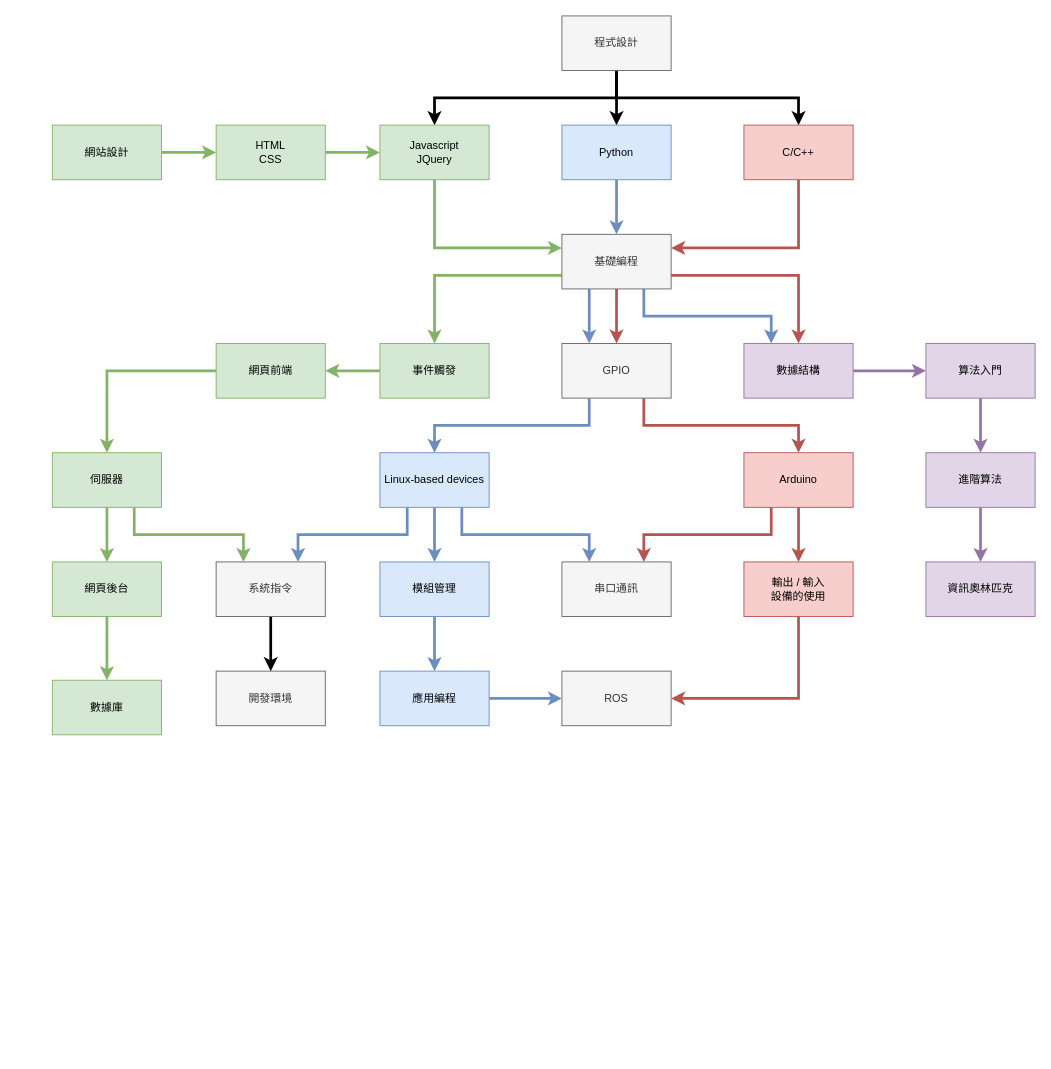
supercatex/flowchart keeps this draw.io diagram as page "Page-2" (2 of 2) of Roadmap.drawio. Above is the earlier version. Source tidied: cells renumbered, new cells numbered last; positions are measured from the earlier drawing's top-left corner, leaving out a move shared by most shapes. Both pictures are drawn from the tidied source at 91%, with x=0, y=0 at pixel (52, 15).
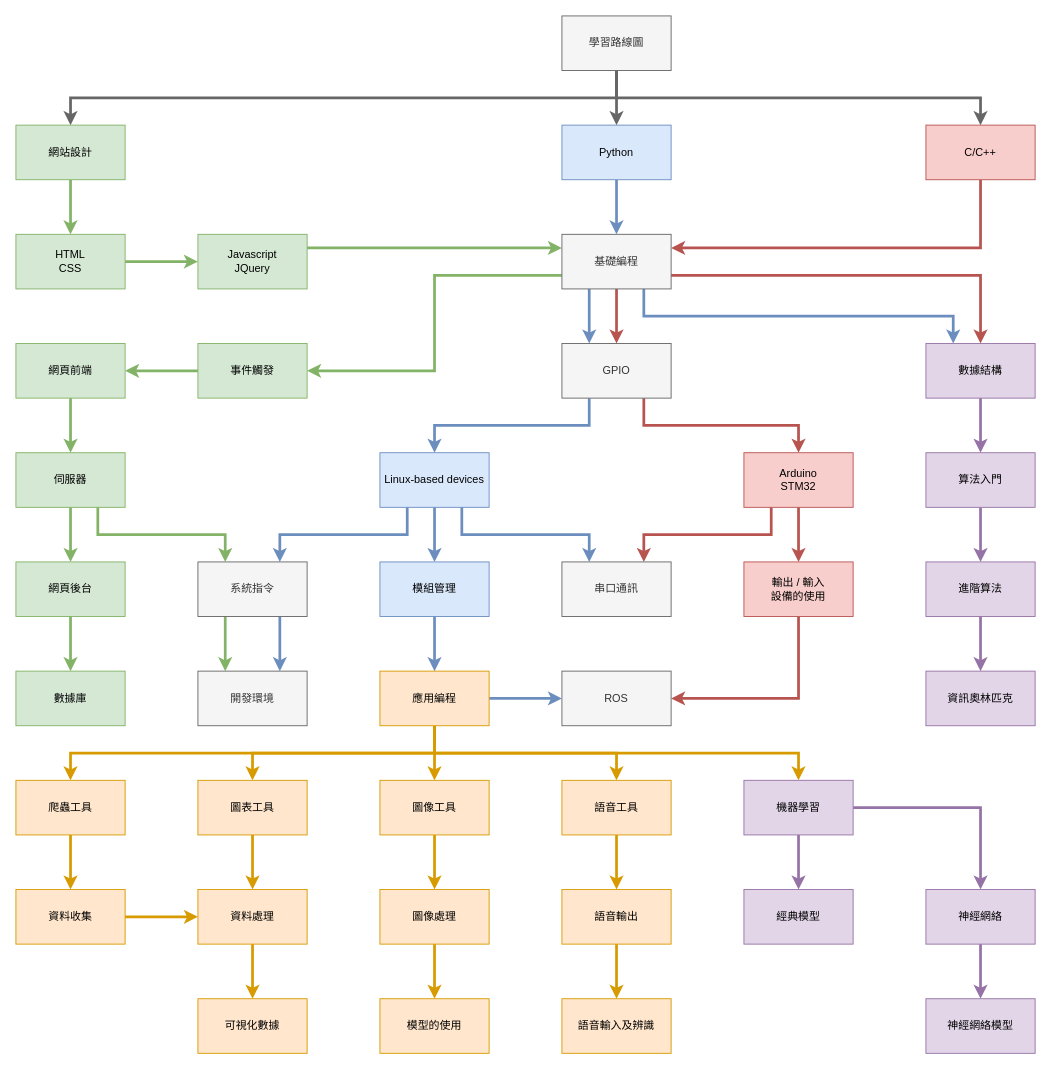
The same page after the edit.

Unchanged cells that the change refers to:
```xml
<mxCell id="7" value="Python" style="rounded=0;whiteSpace=wrap;html=1;sketch=0;fillColor=#dae8fc;strokeColor=#6c8ebf;" parent="1" vertex="1">
  <mxGeometry x="560" y="120" width="120" height="60" as="geometry" />
</mxCell>
<mxCell id="19" value="基礎編程" style="rounded=0;whiteSpace=wrap;html=1;sketch=0;fillColor=#f5f5f5;strokeColor=#666666;fontColor=#333333;" parent="1" vertex="1">
  <mxGeometry x="560" y="240" width="120" height="60" as="geometry" />
</mxCell>
```

Change to the diagram source:
```diff
@@
-    <mxCell id="2" style="edgeStyle=orthogonalEdgeStyle;rounded=0;jettySize=auto;html=1;exitX=0.5;exitY=1;exitDx=0;exitDy=0;entryX=0.5;entryY=0;entryDx=0;entryDy=0;startArrow=none;startFill=0;strokeWidth=3;" parent="1" edge="1" source="5" target="11">
-      <mxGeometry relative="1" as="geometry" />
-    </mxCell>
-    <mxCell id="3" style="edgeStyle=orthogonalEdgeStyle;rounded=0;jettySize=auto;html=1;exitX=0.5;exitY=1;exitDx=0;exitDy=0;entryX=0.5;entryY=0;entryDx=0;entryDy=0;startArrow=none;startFill=0;strokeWidth=3;" parent="1" edge="1" source="5" target="7">
+    <mxCell id="3" style="edgeStyle=orthogonalEdgeStyle;rounded=0;jettySize=auto;html=1;exitX=0.5;exitY=1;exitDx=0;exitDy=0;entryX=0.5;entryY=0;entryDx=0;entryDy=0;startArrow=none;startFill=0;strokeWidth=3;fillColor=#f5f5f5;strokeColor=#666666;" parent="1" edge="1" source="5" target="7">
       <mxGeometry relative="1" as="geometry" />
     </mxCell>
-    <mxCell id="4" style="edgeStyle=orthogonalEdgeStyle;rounded=0;jettySize=auto;html=1;exitX=0.5;exitY=1;exitDx=0;exitDy=0;entryX=0.5;entryY=0;entryDx=0;entryDy=0;startArrow=none;startFill=0;strokeWidth=3;" parent="1" edge="1" source="5" target="9">
+    <mxCell id="4" style="edgeStyle=orthogonalEdgeStyle;rounded=0;jettySize=auto;html=1;exitX=0.5;exitY=1;exitDx=0;exitDy=0;entryX=0.5;entryY=0;entryDx=0;entryDy=0;startArrow=none;startFill=0;strokeWidth=3;fillColor=#f5f5f5;strokeColor=#666666;" parent="1" edge="1" source="5" target="9">
       <mxGeometry relative="1" as="geometry" />
     </mxCell>
+    <mxCell id="60" style="edgeStyle=orthogonalEdgeStyle;rounded=0;jettySize=auto;html=1;exitX=0.5;exitY=1;exitDx=0;exitDy=0;entryX=0.5;entryY=0;entryDx=0;entryDy=0;startArrow=none;startFill=0;strokeWidth=3;fillColor=#f5f5f5;strokeColor=#666666;" parent="1" edge="1" source="5" target="59">
+      <mxGeometry relative="1" as="geometry" />
+    </mxCell>
-    <mxCell id="5" value="程式設計" style="rounded=0;whiteSpace=wrap;html=1;sketch=0;fillColor=#f5f5f5;strokeColor=#666666;fontColor=#333333;" parent="1" vertex="1">
+    <mxCell id="5" value="學習路線圖" style="rounded=0;whiteSpace=wrap;html=1;sketch=0;fillColor=#f5f5f5;strokeColor=#666666;fontColor=#333333;" parent="1" vertex="1">
       <mxGeometry x="560" width="120" height="60" as="geometry" />
     </mxCell>
@@
     <mxCell id="9" value="C/C++" style="rounded=0;whiteSpace=wrap;html=1;sketch=0;fillColor=#f8cecc;strokeColor=#b85450;" parent="1" vertex="1">
-      <mxGeometry x="760" y="120" width="120" height="60" as="geometry" />
+      <mxGeometry x="960" y="120" width="120" height="60" as="geometry" />
     </mxCell>
-    <mxCell id="10" style="edgeStyle=orthogonalEdgeStyle;rounded=0;jettySize=auto;html=1;exitX=0.5;exitY=1;exitDx=0;exitDy=0;entryX=0;entryY=0.25;entryDx=0;entryDy=0;startArrow=none;startFill=0;fillColor=#d5e8d4;strokeColor=#82b366;strokeWidth=3;" parent="1" edge="1" source="11" target="19">
+    <mxCell id="10" style="edgeStyle=orthogonalEdgeStyle;rounded=0;jettySize=auto;html=1;exitX=1;exitY=0.25;exitDx=0;exitDy=0;entryX=0;entryY=0.25;entryDx=0;entryDy=0;startArrow=none;startFill=0;strokeWidth=3;fillColor=#d5e8d4;strokeColor=#82b366;" parent="1" edge="1" source="11" target="19">
       <mxGeometry relative="1" as="geometry" />
     </mxCell>
     <mxCell id="11" value="Javascript&lt;br&gt;JQuery" style="rounded=0;whiteSpace=wrap;html=1;sketch=0;fillColor=#d5e8d4;strokeColor=#82b366;" parent="1" vertex="1">
-      <mxGeometry x="360" y="120" width="120" height="60" as="geometry" />
+      <mxGeometry x="160" y="240" width="120" height="60" as="geometry" />
     </mxCell>
-    <mxCell id="12" style="edgeStyle=orthogonalEdgeStyle;rounded=0;jettySize=auto;html=1;exitX=1;exitY=0.5;exitDx=0;exitDy=0;startArrow=none;startFill=0;strokeWidth=3;fillColor=#d5e8d4;strokeColor=#82b366;" parent="1" edge="1" source="13" target="11">
+    <mxCell id="12" style="edgeStyle=orthogonalEdgeStyle;rounded=0;jettySize=auto;html=1;exitX=1;exitY=0.5;exitDx=0;exitDy=0;entryX=0;entryY=0.5;entryDx=0;entryDy=0;startArrow=none;startFill=0;strokeWidth=3;fillColor=#d5e8d4;strokeColor=#82b366;" parent="1" edge="1" source="13" target="11">
       <mxGeometry relative="1" as="geometry" />
     </mxCell>
     <mxCell id="13" value="HTML&lt;br&gt;CSS" style="rounded=0;whiteSpace=wrap;html=1;sketch=0;fillColor=#d5e8d4;strokeColor=#82b366;" parent="1" vertex="1">
-      <mxGeometry x="180" y="120" width="120" height="60" as="geometry" />
+      <mxGeometry x="-40" y="240" width="120" height="60" as="geometry" />
     </mxCell>
-    <mxCell id="14" style="edgeStyle=orthogonalEdgeStyle;rounded=0;jettySize=auto;html=1;exitX=0;exitY=0.75;exitDx=0;exitDy=0;entryX=0.5;entryY=0;entryDx=0;entryDy=0;startArrow=none;startFill=0;fillColor=#d5e8d4;strokeColor=#82b366;strokeWidth=3;" parent="1" edge="1" source="19" target="31">
-      <mxGeometry relative="1" as="geometry" />
-    </mxCell>
@@
+    <mxCell id="14" style="edgeStyle=orthogonalEdgeStyle;rounded=0;jettySize=auto;html=1;exitX=0;exitY=0.75;exitDx=0;exitDy=0;entryX=1;entryY=0.5;entryDx=0;entryDy=0;startArrow=none;startFill=0;strokeWidth=3;fillColor=#d5e8d4;strokeColor=#82b366;" parent="1" edge="1" source="19" target="31">
+      <mxGeometry relative="1" as="geometry" />
+    </mxCell>
@@
     <mxCell id="21" value="算法入門" style="rounded=0;whiteSpace=wrap;html=1;sketch=0;fillColor=#e1d5e7;strokeColor=#9673a6;" parent="1" vertex="1">
-      <mxGeometry x="960" y="360" width="120" height="60" as="geometry" />
+      <mxGeometry x="960" y="480" width="120" height="60" as="geometry" />
     </mxCell>
@@
-    <mxCell id="24" value="Arduino" style="rounded=0;whiteSpace=wrap;html=1;sketch=0;fillColor=#f8cecc;strokeColor=#b85450;" parent="1" vertex="1">
+    <mxCell id="24" value="Arduino&lt;br&gt;STM32" style="rounded=0;whiteSpace=wrap;html=1;sketch=0;fillColor=#f8cecc;strokeColor=#b85450;" parent="1" vertex="1">
       <mxGeometry x="760" y="480" width="120" height="60" as="geometry" />
     </mxCell>
-    <mxCell id="25" style="edgeStyle=orthogonalEdgeStyle;rounded=0;jettySize=auto;html=1;exitX=1;exitY=0.5;exitDx=0;exitDy=0;entryX=0;entryY=0.5;entryDx=0;entryDy=0;startArrow=none;startFill=0;strokeWidth=3;fillColor=#e1d5e7;strokeColor=#9673a6;" parent="1" edge="1" source="26" target="21">
+    <mxCell id="25" style="edgeStyle=orthogonalEdgeStyle;rounded=0;jettySize=auto;html=1;exitX=0.5;exitY=1;exitDx=0;exitDy=0;entryX=0.5;entryY=0;entryDx=0;entryDy=0;startArrow=none;startFill=0;strokeWidth=3;fillColor=#e1d5e7;strokeColor=#9673a6;" parent="1" edge="1" source="26" target="21">
       <mxGeometry relative="1" as="geometry" />
     </mxCell>
     <mxCell id="26" value="數據結構" style="rounded=0;whiteSpace=wrap;html=1;sketch=0;fillColor=#e1d5e7;strokeColor=#9673a6;" parent="1" vertex="1">
-      <mxGeometry x="760" y="360" width="120" height="60" as="geometry" />
+      <mxGeometry x="960" y="360" width="120" height="60" as="geometry" />
     </mxCell>
@@
     <mxCell id="31" value="事件觸發" style="rounded=0;whiteSpace=wrap;html=1;sketch=0;fillColor=#d5e8d4;strokeColor=#82b366;" parent="1" vertex="1">
-      <mxGeometry x="360" y="360" width="120" height="60" as="geometry" />
+      <mxGeometry x="160" y="360" width="120" height="60" as="geometry" />
     </mxCell>
@@
     <mxCell id="33" value="進階算法" style="rounded=0;whiteSpace=wrap;html=1;sketch=0;fillColor=#e1d5e7;strokeColor=#9673a6;" parent="1" vertex="1">
-      <mxGeometry x="960" y="480" width="120" height="60" as="geometry" />
+      <mxGeometry x="960" y="600" width="120" height="60" as="geometry" />
     </mxCell>
     <mxCell id="34" value="資訊奧林匹克" style="rounded=0;whiteSpace=wrap;html=1;sketch=0;fillColor=#e1d5e7;strokeColor=#9673a6;" parent="1" vertex="1">
-      <mxGeometry x="960" y="600" width="120" height="60" as="geometry" />
+      <mxGeometry x="960" y="720" width="120" height="60" as="geometry" />
     </mxCell>
@@
-    <mxCell id="45" style="edgeStyle=orthogonalEdgeStyle;rounded=0;jettySize=auto;html=1;exitX=0;exitY=0.5;exitDx=0;exitDy=0;entryX=0.5;entryY=0;entryDx=0;entryDy=0;startArrow=none;startFill=0;strokeWidth=3;fillColor=#d5e8d4;strokeColor=#82b366;" parent="1" edge="1" source="46" target="55">
+    <mxCell id="45" style="edgeStyle=orthogonalEdgeStyle;rounded=0;jettySize=auto;html=1;exitX=0.5;exitY=1;exitDx=0;exitDy=0;entryX=0.5;entryY=0;entryDx=0;entryDy=0;startArrow=none;startFill=0;strokeWidth=3;fillColor=#d5e8d4;strokeColor=#82b366;" parent="1" edge="1" source="46" target="55">
       <mxGeometry relative="1" as="geometry" />
     </mxCell>
     <mxCell id="46" value="網頁前端" style="rounded=0;whiteSpace=wrap;html=1;sketch=0;fillColor=#d5e8d4;strokeColor=#82b366;" parent="1" vertex="1">
-      <mxGeometry x="180" y="360" width="120" height="60" as="geometry" />
+      <mxGeometry x="-40" y="360" width="120" height="60" as="geometry" />
     </mxCell>
@@
     <mxCell id="48" value="網頁後台" style="rounded=0;whiteSpace=wrap;html=1;sketch=0;fillColor=#d5e8d4;strokeColor=#82b366;" parent="1" vertex="1">
-      <mxGeometry y="600" width="120" height="60" as="geometry" />
+      <mxGeometry x="-40" y="600" width="120" height="60" as="geometry" />
     </mxCell>
     <mxCell id="49" value="數據庫" style="rounded=0;whiteSpace=wrap;html=1;sketch=0;fillColor=#d5e8d4;strokeColor=#82b366;" parent="1" vertex="1">
-      <mxGeometry y="730" width="120" height="60" as="geometry" />
+      <mxGeometry x="-40" y="720" width="120" height="60" as="geometry" />
     </mxCell>
     <mxCell id="50" value="開發環境" style="rounded=0;whiteSpace=wrap;html=1;sketch=0;fillColor=#f5f5f5;strokeColor=#666666;fontColor=#333333;" parent="1" vertex="1">
-      <mxGeometry x="180" y="720" width="120" height="60" as="geometry" />
+      <mxGeometry x="160" y="720" width="120" height="60" as="geometry" />
     </mxCell>
-    <mxCell id="51" style="edgeStyle=orthogonalEdgeStyle;rounded=0;jettySize=auto;html=1;exitX=0.5;exitY=1;exitDx=0;exitDy=0;entryX=0.5;entryY=0;entryDx=0;entryDy=0;startArrow=none;startFill=0;strokeWidth=3;" parent="1" edge="1" source="52" target="50">
-      <mxGeometry relative="1" as="geometry" />
-    </mxCell>
+    <mxCell id="61" style="edgeStyle=orthogonalEdgeStyle;rounded=0;jettySize=auto;html=1;exitX=0.25;exitY=1;exitDx=0;exitDy=0;entryX=0.25;entryY=0;entryDx=0;entryDy=0;startArrow=none;startFill=0;strokeWidth=3;fillColor=#d5e8d4;strokeColor=#82b366;" parent="1" edge="1" source="52" target="50">
+      <mxGeometry relative="1" as="geometry" />
+    </mxCell>
+    <mxCell id="62" style="edgeStyle=orthogonalEdgeStyle;rounded=0;jettySize=auto;html=1;exitX=0.75;exitY=1;exitDx=0;exitDy=0;entryX=0.75;entryY=0;entryDx=0;entryDy=0;startArrow=none;startFill=0;strokeWidth=3;fillColor=#dae8fc;strokeColor=#6c8ebf;" parent="1" edge="1" source="52" target="50">
+      <mxGeometry relative="1" as="geometry" />
+    </mxCell>
     <mxCell id="52" value="系統指令" style="rounded=0;whiteSpace=wrap;html=1;sketch=0;fillColor=#f5f5f5;strokeColor=#666666;fontColor=#333333;" parent="1" vertex="1">
-      <mxGeometry x="180" y="600" width="120" height="60" as="geometry" />
+      <mxGeometry x="160" y="600" width="120" height="60" as="geometry" />
     </mxCell>
@@
     <mxCell id="55" value="伺服器" style="rounded=0;whiteSpace=wrap;html=1;sketch=0;fillColor=#d5e8d4;strokeColor=#82b366;" parent="1" vertex="1">
-      <mxGeometry y="480" width="120" height="60" as="geometry" />
+      <mxGeometry x="-40" y="480" width="120" height="60" as="geometry" />
     </mxCell>
@@
+    <mxCell id="63" style="edgeStyle=orthogonalEdgeStyle;rounded=0;jettySize=auto;html=1;exitX=0.5;exitY=1;exitDx=0;exitDy=0;entryX=0.5;entryY=0;entryDx=0;entryDy=0;startArrow=none;startFill=0;strokeWidth=3;fillColor=#ffe6cc;strokeColor=#d79b00;" parent="1" edge="1" source="57" target="72">
+      <mxGeometry relative="1" as="geometry" />
+    </mxCell>
+    <mxCell id="64" style="edgeStyle=orthogonalEdgeStyle;rounded=0;jettySize=auto;html=1;exitX=0.5;exitY=1;exitDx=0;exitDy=0;entryX=0.5;entryY=0;entryDx=0;entryDy=0;startArrow=none;startFill=0;strokeWidth=3;fillColor=#ffe6cc;strokeColor=#d79b00;" parent="1" edge="1" source="57" target="70">
+      <mxGeometry relative="1" as="geometry" />
+    </mxCell>
+    <mxCell id="65" style="edgeStyle=orthogonalEdgeStyle;rounded=0;jettySize=auto;html=1;exitX=0.5;exitY=1;exitDx=0;exitDy=0;startArrow=none;startFill=0;strokeWidth=3;fillColor=#ffe6cc;strokeColor=#d79b00;" parent="1" edge="1" source="57" target="69">
+      <mxGeometry relative="1" as="geometry" />
+    </mxCell>
+    <mxCell id="66" style="edgeStyle=orthogonalEdgeStyle;rounded=0;jettySize=auto;html=1;exitX=0.5;exitY=1;exitDx=0;exitDy=0;entryX=0.5;entryY=0;entryDx=0;entryDy=0;startArrow=none;startFill=0;strokeWidth=3;fillColor=#ffe6cc;strokeColor=#d79b00;" parent="1" edge="1" source="57" target="77">
+      <mxGeometry relative="1" as="geometry" />
+    </mxCell>
+    <mxCell id="67" style="edgeStyle=orthogonalEdgeStyle;rounded=0;jettySize=auto;html=1;exitX=0.5;exitY=1;exitDx=0;exitDy=0;startArrow=none;startFill=0;strokeWidth=3;fillColor=#ffe6cc;strokeColor=#d79b00;" parent="1" edge="1" source="57" target="75">
+      <mxGeometry relative="1" as="geometry" />
+    </mxCell>
-    <mxCell id="57" value="應用編程" style="rounded=0;whiteSpace=wrap;html=1;sketch=0;fillColor=#dae8fc;strokeColor=#6c8ebf;" parent="1" vertex="1">
+    <mxCell id="57" value="應用編程" style="rounded=0;whiteSpace=wrap;html=1;sketch=0;fillColor=#ffe6cc;strokeColor=#d79b00;" parent="1" vertex="1">
       <mxGeometry x="360" y="720" width="120" height="60" as="geometry" />
     </mxCell>
-    <mxCell id="58" style="edgeStyle=orthogonalEdgeStyle;rounded=0;jettySize=auto;html=1;exitX=1;exitY=0.5;exitDx=0;exitDy=0;entryX=0;entryY=0.5;entryDx=0;entryDy=0;startArrow=none;startFill=0;strokeWidth=3;fillColor=#d5e8d4;strokeColor=#82b366;" parent="1" edge="1" source="59" target="13">
+    <mxCell id="58" style="edgeStyle=orthogonalEdgeStyle;rounded=0;jettySize=auto;html=1;exitX=0.5;exitY=1;exitDx=0;exitDy=0;entryX=0.5;entryY=0;entryDx=0;entryDy=0;startArrow=none;startFill=0;strokeWidth=3;fillColor=#d5e8d4;strokeColor=#82b366;" parent="1" edge="1" source="59" target="13">
       <mxGeometry relative="1" as="geometry" />
     </mxCell>
     <mxCell id="59" value="網站設計" style="rounded=0;whiteSpace=wrap;html=1;sketch=0;fillColor=#d5e8d4;strokeColor=#82b366;" parent="1" vertex="1">
-      <mxGeometry y="120" width="120" height="60" as="geometry" />
+      <mxGeometry x="-40" y="120" width="120" height="60" as="geometry" />
     </mxCell>
+    <mxCell id="68" style="edgeStyle=orthogonalEdgeStyle;rounded=0;jettySize=auto;html=1;exitX=0.5;exitY=1;exitDx=0;exitDy=0;entryX=0.5;entryY=0;entryDx=0;entryDy=0;startArrow=none;startFill=0;strokeWidth=3;fillColor=#ffe6cc;strokeColor=#d79b00;" parent="1" edge="1" source="69" target="79">
+      <mxGeometry relative="1" as="geometry" />
+    </mxCell>
+    <mxCell id="69" value="圖像工具" style="rounded=0;whiteSpace=wrap;html=1;sketch=0;fillColor=#ffe6cc;strokeColor=#d79b00;" parent="1" vertex="1">
+      <mxGeometry x="360" y="840" width="120" height="60" as="geometry" />
+    </mxCell>
+    <mxCell id="70" value="圖表工具" style="rounded=0;whiteSpace=wrap;html=1;sketch=0;fillColor=#ffe6cc;strokeColor=#d79b00;" parent="1" vertex="1">
+      <mxGeometry x="160" y="840" width="120" height="60" as="geometry" />
+    </mxCell>
+    <mxCell id="71" style="edgeStyle=orthogonalEdgeStyle;rounded=0;jettySize=auto;html=1;exitX=0.5;exitY=1;exitDx=0;exitDy=0;entryX=0.5;entryY=0;entryDx=0;entryDy=0;startArrow=none;startFill=0;strokeWidth=3;fillColor=#ffe6cc;strokeColor=#d79b00;" parent="1" edge="1" source="72" target="81">
+      <mxGeometry relative="1" as="geometry" />
+    </mxCell>
+    <mxCell id="72" value="爬蟲工具" style="rounded=0;whiteSpace=wrap;html=1;sketch=0;fillColor=#ffe6cc;strokeColor=#d79b00;" parent="1" vertex="1">
+      <mxGeometry x="-40" y="840" width="120" height="60" as="geometry" />
+    </mxCell>
+    <mxCell id="73" style="edgeStyle=orthogonalEdgeStyle;rounded=0;jettySize=auto;html=1;exitX=0.5;exitY=1;exitDx=0;exitDy=0;entryX=0.5;entryY=0;entryDx=0;entryDy=0;startArrow=none;startFill=0;strokeWidth=3;fillColor=#e1d5e7;strokeColor=#9673a6;" parent="1" edge="1" source="75" target="87">
+      <mxGeometry relative="1" as="geometry" />
+    </mxCell>
+    <mxCell id="74" style="edgeStyle=orthogonalEdgeStyle;rounded=0;jettySize=auto;html=1;exitX=1;exitY=0.5;exitDx=0;exitDy=0;entryX=0.5;entryY=0;entryDx=0;entryDy=0;startArrow=none;startFill=0;strokeWidth=3;fillColor=#e1d5e7;strokeColor=#9673a6;" parent="1" edge="1" source="75" target="89">
+      <mxGeometry relative="1" as="geometry" />
+    </mxCell>
+    <mxCell id="75" value="機器學習" style="rounded=0;whiteSpace=wrap;html=1;sketch=0;fillColor=#e1d5e7;strokeColor=#9673a6;" parent="1" vertex="1">
+      <mxGeometry x="760" y="840" width="120" height="60" as="geometry" />
+    </mxCell>
+    <mxCell id="76" style="edgeStyle=orthogonalEdgeStyle;rounded=0;jettySize=auto;html=1;exitX=0.5;exitY=1;exitDx=0;exitDy=0;entryX=0.5;entryY=0;entryDx=0;entryDy=0;startArrow=none;startFill=0;strokeWidth=3;fillColor=#ffe6cc;strokeColor=#d79b00;" parent="1" edge="1" source="77" target="85">
+      <mxGeometry relative="1" as="geometry" />
+    </mxCell>
+    <mxCell id="77" value="語音工具" style="rounded=0;whiteSpace=wrap;html=1;sketch=0;fillColor=#ffe6cc;strokeColor=#d79b00;" parent="1" vertex="1">
+      <mxGeometry x="560" y="840" width="120" height="60" as="geometry" />
+    </mxCell>
+    <mxCell id="78" style="edgeStyle=orthogonalEdgeStyle;rounded=0;jettySize=auto;html=1;exitX=0.5;exitY=1;exitDx=0;exitDy=0;entryX=0.5;entryY=0;entryDx=0;entryDy=0;startArrow=none;startFill=0;strokeWidth=3;fillColor=#ffe6cc;strokeColor=#d79b00;" parent="1" edge="1" source="79" target="82">
+      <mxGeometry relative="1" as="geometry" />
+    </mxCell>
+    <mxCell id="79" value="圖像處理" style="rounded=0;whiteSpace=wrap;html=1;sketch=0;fillColor=#ffe6cc;strokeColor=#d79b00;" parent="1" vertex="1">
+      <mxGeometry x="360" y="960" width="120" height="60" as="geometry" />
+    </mxCell>
+    <mxCell id="80" style="edgeStyle=orthogonalEdgeStyle;rounded=0;jettySize=auto;html=1;exitX=1;exitY=0.5;exitDx=0;exitDy=0;entryX=0;entryY=0.5;entryDx=0;entryDy=0;startArrow=none;startFill=0;strokeWidth=3;fillColor=#ffe6cc;strokeColor=#d79b00;" parent="1" edge="1" source="81" target="92">
+      <mxGeometry relative="1" as="geometry" />
+    </mxCell>
+    <mxCell id="81" value="資料收集" style="rounded=0;whiteSpace=wrap;html=1;sketch=0;fillColor=#ffe6cc;strokeColor=#d79b00;" parent="1" vertex="1">
+      <mxGeometry x="-40" y="960" width="120" height="60" as="geometry" />
+    </mxCell>
+    <mxCell id="82" value="模型的使用" style="rounded=0;whiteSpace=wrap;html=1;sketch=0;fillColor=#ffe6cc;strokeColor=#d79b00;" parent="1" vertex="1">
+      <mxGeometry x="360" y="1080" width="120" height="60" as="geometry" />
+    </mxCell>
+    <mxCell id="83" value="可視化數據" style="rounded=0;whiteSpace=wrap;html=1;sketch=0;fillColor=#ffe6cc;strokeColor=#d79b00;" parent="1" vertex="1">
+      <mxGeometry x="160" y="1080" width="120" height="60" as="geometry" />
+    </mxCell>
+    <mxCell id="84" style="edgeStyle=orthogonalEdgeStyle;rounded=0;jettySize=auto;html=1;exitX=0.5;exitY=1;exitDx=0;exitDy=0;entryX=0.5;entryY=0;entryDx=0;entryDy=0;startArrow=none;startFill=0;strokeWidth=3;fillColor=#ffe6cc;strokeColor=#d79b00;" parent="1" edge="1" source="85" target="86">
+      <mxGeometry relative="1" as="geometry" />
+    </mxCell>
+    <mxCell id="85" value="語音輸出" style="rounded=0;whiteSpace=wrap;html=1;sketch=0;fillColor=#ffe6cc;strokeColor=#d79b00;" parent="1" vertex="1">
+      <mxGeometry x="560" y="960" width="120" height="60" as="geometry" />
+    </mxCell>
+    <mxCell id="86" value="語音輸入及辨識" style="rounded=0;whiteSpace=wrap;html=1;sketch=0;fillColor=#ffe6cc;strokeColor=#d79b00;" parent="1" vertex="1">
+      <mxGeometry x="560" y="1080" width="120" height="60" as="geometry" />
+    </mxCell>
+    <mxCell id="87" value="經典模型" style="rounded=0;whiteSpace=wrap;html=1;sketch=0;fillColor=#e1d5e7;strokeColor=#9673a6;" parent="1" vertex="1">
+      <mxGeometry x="760" y="960" width="120" height="60" as="geometry" />
+    </mxCell>
+    <mxCell id="88" style="edgeStyle=orthogonalEdgeStyle;rounded=0;jettySize=auto;html=1;exitX=0.5;exitY=1;exitDx=0;exitDy=0;entryX=0.5;entryY=0;entryDx=0;entryDy=0;startArrow=none;startFill=0;strokeWidth=3;fillColor=#e1d5e7;strokeColor=#9673a6;" parent="1" edge="1" source="89" target="90">
+      <mxGeometry relative="1" as="geometry" />
+    </mxCell>
+    <mxCell id="89" value="神經網絡" style="rounded=0;whiteSpace=wrap;html=1;sketch=0;fillColor=#e1d5e7;strokeColor=#9673a6;" parent="1" vertex="1">
+      <mxGeometry x="960" y="960" width="120" height="60" as="geometry" />
+    </mxCell>
+    <mxCell id="90" value="神經網絡模型" style="rounded=0;whiteSpace=wrap;html=1;sketch=0;fillColor=#e1d5e7;strokeColor=#9673a6;" parent="1" vertex="1">
+      <mxGeometry x="960" y="1080" width="120" height="60" as="geometry" />
+    </mxCell>
+    <mxCell id="91" style="edgeStyle=orthogonalEdgeStyle;rounded=0;jettySize=auto;html=1;exitX=0.5;exitY=1;exitDx=0;exitDy=0;entryX=0.5;entryY=0;entryDx=0;entryDy=0;startArrow=none;startFill=0;strokeWidth=3;fillColor=#ffe6cc;strokeColor=#d79b00;" parent="1" edge="1" source="92" target="83">
+      <mxGeometry relative="1" as="geometry" />
+    </mxCell>
+    <mxCell id="92" value="資料處理" style="rounded=0;whiteSpace=wrap;html=1;sketch=0;fillColor=#ffe6cc;strokeColor=#d79b00;" parent="1" vertex="1">
+      <mxGeometry x="160" y="960" width="120" height="60" as="geometry" />
+    </mxCell>
+    <mxCell id="93" style="edgeStyle=orthogonalEdgeStyle;rounded=0;jettySize=auto;html=1;exitX=0.5;exitY=1;exitDx=0;exitDy=0;entryX=0.5;entryY=0;entryDx=0;entryDy=0;startArrow=none;startFill=0;strokeWidth=3;fillColor=#ffe6cc;strokeColor=#d79b00;" parent="1" edge="1" source="70" target="92">
+      <mxGeometry relative="1" as="geometry" />
+    </mxCell>
```
